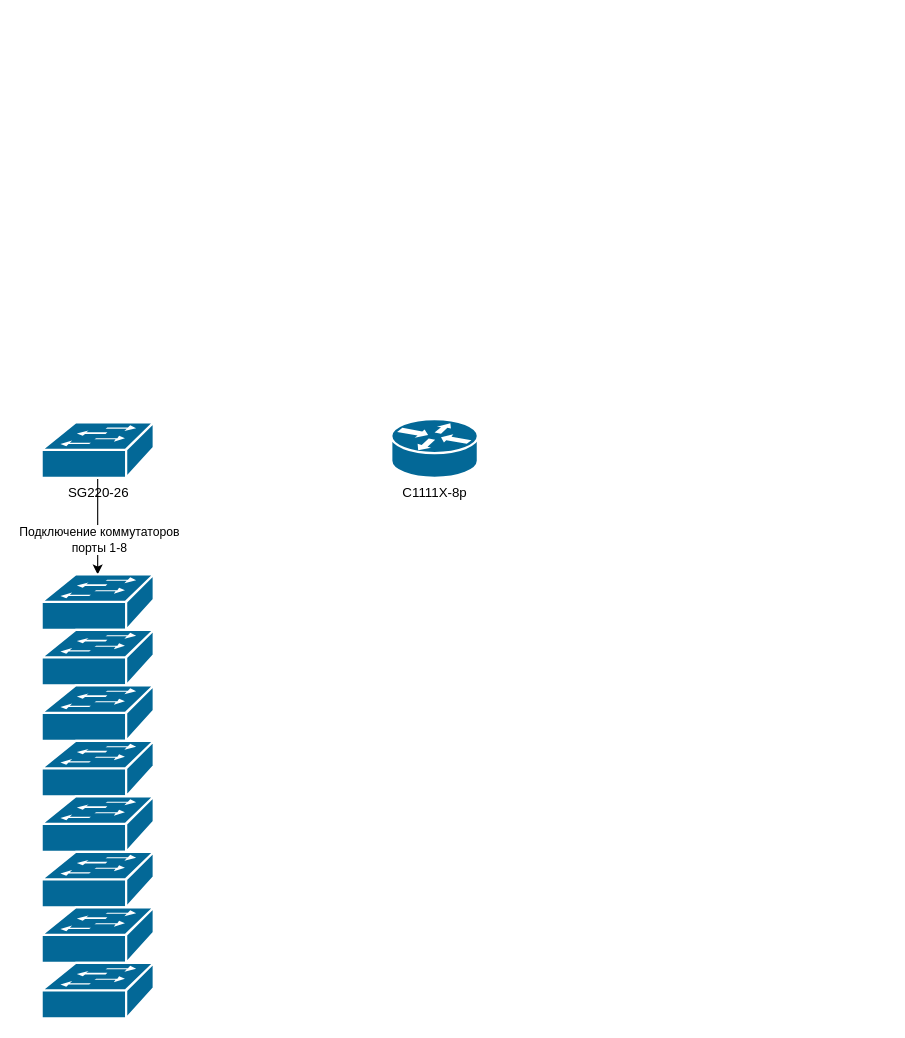
Above: network-map.drawio in lex1010011010/kino-khv (draw.io), before the change. Source tidied: cells renumbered, new cells numbered last; positions are measured from the earlier drawing's top-left corner, leaving out a move shared by most shapes. Both pictures are drawn from the tidied source at 111%, with x=0, y=0 at pixel (41, 418).
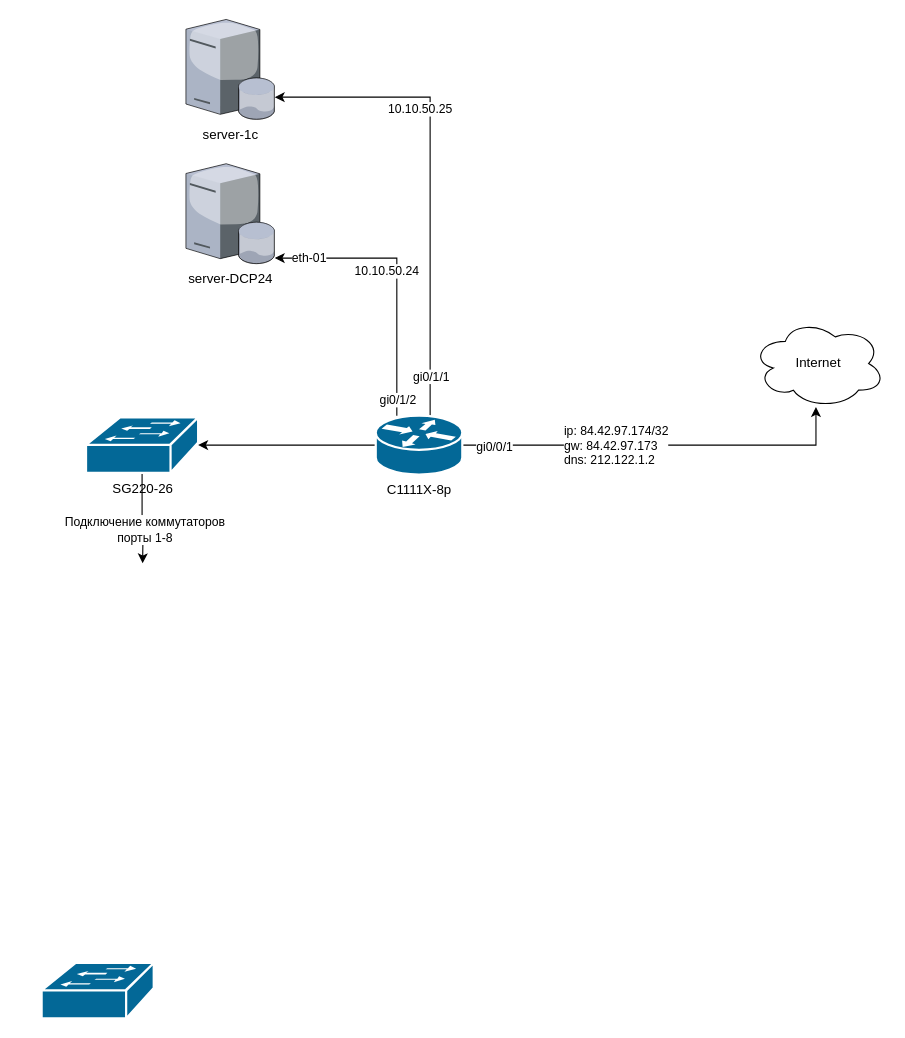
Above is the later version.

Diff of the diagram source:
```diff
@@
+    <mxCell id="14" style="edgeStyle=orthogonalEdgeStyle;rounded=0;jettySize=auto;html=1;entryX=0.48;entryY=0.99;entryDx=0;entryDy=0;entryPerimeter=0;" parent="1" edge="1" source="2" target="25">
+      <mxGeometry relative="1" as="geometry" />
+    </mxCell>
+    <mxCell id="15" value="gi0/0/1" style="edgeLabel;html=1;align=center;verticalAlign=middle;" parent="14" vertex="1">
+      <mxGeometry x="-0.84" y="-1" relative="1" as="geometry" />
+    </mxCell>
+    <mxCell id="16" value="ip: 84.42.97.174/32&lt;br&gt;gw: 84.42.97.173&lt;br&gt;dns: 212.122.1.2" style="edgeLabel;html=1;align=left;verticalAlign=middle;" parent="14" vertex="1">
+      <mxGeometry x="-0.36" relative="1" as="geometry">
+        <mxPoint x="-23" as="offset" />
+      </mxGeometry>
+    </mxCell>
+    <mxCell id="17" style="edgeStyle=orthogonalEdgeStyle;rounded=0;jettySize=auto;html=1;" parent="1" edge="1" source="2" target="26">
+      <mxGeometry relative="1" as="geometry">
+        <Array as="points">
+          <mxPoint x="350" y="-290" />
+        </Array>
+      </mxGeometry>
+    </mxCell>
+    <mxCell id="18" value="10.10.50.25" style="edgeLabel;html=1;align=center;verticalAlign=middle;" parent="17" vertex="1">
+      <mxGeometry x="0.67" y="2" relative="1" as="geometry">
+        <mxPoint x="60" y="8" as="offset" />
+      </mxGeometry>
+    </mxCell>
+    <mxCell id="19" value="gi0/1/1" style="edgeLabel;html=1;align=center;verticalAlign=middle;" parent="17" vertex="1">
+      <mxGeometry x="-0.9" y="2" relative="1" as="geometry">
+        <mxPoint x="2" y="-15" as="offset" />
+      </mxGeometry>
+    </mxCell>
+    <mxCell id="20" style="edgeStyle=orthogonalEdgeStyle;rounded=0;jettySize=auto;html=1;" parent="1" edge="1" source="2" target="27">
+      <mxGeometry relative="1" as="geometry">
+        <Array as="points">
+          <mxPoint x="320" y="-145" />
+        </Array>
+      </mxGeometry>
+    </mxCell>
+    <mxCell id="21" value="gi0/1/2" style="edgeLabel;html=1;align=center;verticalAlign=middle;" parent="20" vertex="1">
+      <mxGeometry x="-0.88" relative="1" as="geometry" />
+    </mxCell>
+    <mxCell id="22" value="eth-01" style="edgeLabel;html=1;align=center;verticalAlign=middle;" parent="20" vertex="1">
+      <mxGeometry x="0.83" y="-1" relative="1" as="geometry">
+        <mxPoint x="9" as="offset" />
+      </mxGeometry>
+    </mxCell>
+    <mxCell id="23" value="10.10.50.24" style="edgeLabel;html=1;align=center;verticalAlign=middle;" parent="20" vertex="1">
+      <mxGeometry x="-0.11" y="-3" relative="1" as="geometry">
+        <mxPoint x="-13" y="-19" as="offset" />
+      </mxGeometry>
+    </mxCell>
+    <mxCell id="24" style="edgeStyle=orthogonalEdgeStyle;rounded=0;jettySize=auto;html=1;" parent="1" edge="1" source="2" target="5">
+      <mxGeometry relative="1" as="geometry" />
+    </mxCell>
     <mxCell id="2" value="C1111X-8p" style="shape=mxgraph.cisco.routers.router;sketch=0;html=1;dashed=0;fillColor=#036897;strokeColor=#ffffff;strokeWidth=2;verticalLabelPosition=bottom;verticalAlign=top;align=center;outlineConnect=0;" parent="1" vertex="1">
-      <mxGeometry x="315" width="78" height="53" as="geometry" />
+      <mxGeometry x="301" y="-3" width="78" height="53" as="geometry" />
     </mxCell>
-    <mxCell id="3" style="edgeStyle=orthogonalEdgeStyle;rounded=0;jettySize=auto;html=1;" parent="1" edge="1" source="5" target="6">
-      <mxGeometry relative="1" as="geometry" />
+    <mxCell id="3" style="edgeStyle=orthogonalEdgeStyle;rounded=0;jettySize=auto;html=1;" parent="1" edge="1" source="5">
+      <mxGeometry relative="1" as="geometry">
+        <mxPoint x="91" y="130" as="targetPoint" />
+      </mxGeometry>
     </mxCell>
@@
     <mxCell id="5" value="SG220-26" style="shape=mxgraph.cisco.switches.workgroup_switch;sketch=0;html=1;dashed=0;fillColor=#036897;strokeColor=#ffffff;strokeWidth=2;verticalLabelPosition=bottom;verticalAlign=top;align=center;outlineConnect=0;" parent="1" vertex="1">
-      <mxGeometry y="3" width="101" height="50" as="geometry" />
+      <mxGeometry x="40" y="-1.5" width="101" height="50" as="geometry" />
     </mxCell>
-    <mxCell id="6" style="shape=mxgraph.cisco.switches.workgroup_switch;sketch=0;html=1;dashed=0;fillColor=#036897;strokeColor=#ffffff;strokeWidth=2;verticalLabelPosition=bottom;verticalAlign=top;align=center;outlineConnect=0;" parent="1" vertex="1">
-      <mxGeometry y="140" width="101" height="50" as="geometry" />
-    </mxCell>
-    <mxCell id="7" style="shape=mxgraph.cisco.switches.workgroup_switch;sketch=0;html=1;dashed=0;fillColor=#036897;strokeColor=#ffffff;strokeWidth=2;verticalLabelPosition=bottom;verticalAlign=top;align=center;" parent="1" vertex="1">
-      <mxGeometry y="190" width="101" height="50" as="geometry" />
-    </mxCell>
-    <mxCell id="8" style="shape=mxgraph.cisco.switches.workgroup_switch;sketch=0;html=1;dashed=0;fillColor=#036897;strokeColor=#ffffff;strokeWidth=2;verticalLabelPosition=bottom;verticalAlign=top;align=center;" parent="1" vertex="1">
-      <mxGeometry y="240" width="101" height="50" as="geometry" />
-    </mxCell>
-    <mxCell id="9" style="shape=mxgraph.cisco.switches.workgroup_switch;sketch=0;html=1;dashed=0;fillColor=#036897;strokeColor=#ffffff;strokeWidth=2;verticalLabelPosition=bottom;verticalAlign=top;align=center;" parent="1" vertex="1">
-      <mxGeometry y="290" width="101" height="50" as="geometry" />
-    </mxCell>
-    <mxCell id="10" style="shape=mxgraph.cisco.switches.workgroup_switch;sketch=0;html=1;dashed=0;fillColor=#036897;strokeColor=#ffffff;strokeWidth=2;verticalLabelPosition=bottom;verticalAlign=top;align=center;" parent="1" vertex="1">
-      <mxGeometry y="340" width="101" height="50" as="geometry" />
-    </mxCell>
-    <mxCell id="11" style="shape=mxgraph.cisco.switches.workgroup_switch;sketch=0;html=1;dashed=0;fillColor=#036897;strokeColor=#ffffff;strokeWidth=2;verticalLabelPosition=bottom;verticalAlign=top;align=center;" parent="1" vertex="1">
-      <mxGeometry y="390" width="101" height="50" as="geometry" />
-    </mxCell>
-    <mxCell id="12" style="shape=mxgraph.cisco.switches.workgroup_switch;sketch=0;html=1;dashed=0;fillColor=#036897;strokeColor=#ffffff;strokeWidth=2;verticalLabelPosition=bottom;verticalAlign=top;align=center;" parent="1" vertex="1">
-      <mxGeometry y="440" width="101" height="50" as="geometry" />
-    </mxCell>
@@
+    <mxCell id="25" value="Internet" style="ellipse;shape=cloud;whiteSpace=wrap;html=1;" parent="1" vertex="1">
+      <mxGeometry x="640" y="-90" width="120" height="80" as="geometry" />
+    </mxCell>
+    <mxCell id="26" value="server-1c" style="verticalLabelPosition=bottom;sketch=0;html=1;verticalAlign=top;strokeColor=none;align=center;outlineConnect=0;shape=mxgraph.citrix.database_server;" parent="1" vertex="1">
+      <mxGeometry x="130" y="-360" width="80" height="90" as="geometry" />
+    </mxCell>
+    <mxCell id="27" value="server-DCP24" style="verticalLabelPosition=bottom;sketch=0;html=1;verticalAlign=top;strokeColor=none;align=center;outlineConnect=0;shape=mxgraph.citrix.database_server;" parent="1" vertex="1">
+      <mxGeometry x="130" y="-230" width="80" height="90" as="geometry" />
+    </mxCell>
```
